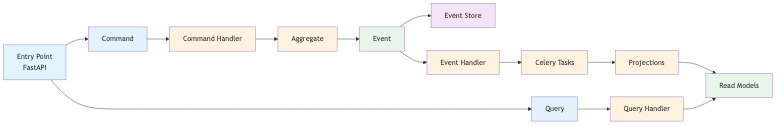
anmarkoulis/event-sourcing keeps this Mermaid diagram as docs/presentation/diagrams/generated/event-sourcing-flow.png. Above is the earlier version. Its source is kept beside it as docs/presentation/diagrams/source/event-sourcing-flow.mmd.
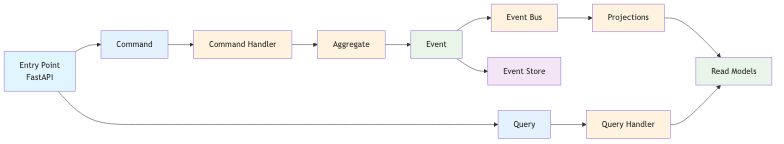
The same file after the commit.

Commit message:
docs: refactor event slide and remove retries (#40)

The edit, as a diff of the source:
```diff
@@ -6,9 +6,8 @@
     C --> D[Aggregate]
     D --> E[Event]
     E --> F[Event Store]
-    E --> G[Event Handler]
-    G --> H[Celery Tasks]
-    H --> I[Projections]
+    E --> G[Event Bus]
+    G --> I[Projections]
     I --> K[Read Models]
 
     J --> L[Query Handler]
@@ -21,7 +20,6 @@
     style E fill:#e8f5e8
     style F fill:#f3e5f5
     style G fill:#fff3e0
-    style H fill:#fff3e0
     style I fill:#fff3e0
     style J fill:#e3f2fd
     style K fill:#e8f5e8
```
